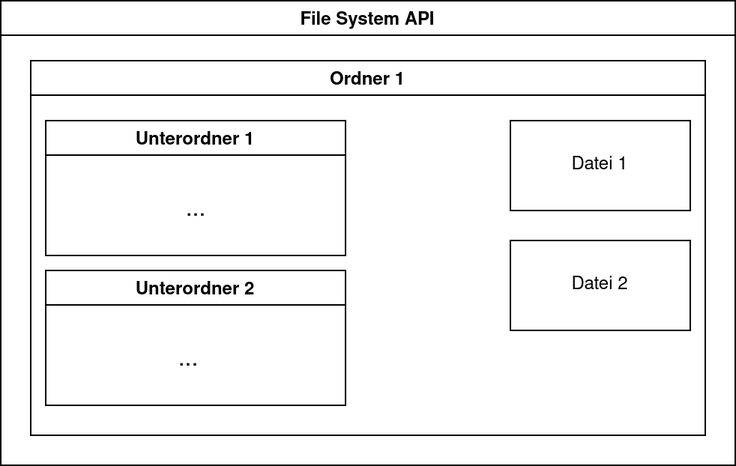
Earlier version of the draw.io export tex/bilder/architekturen/file-system-api.png (schalterDev/Bachelor-Thesis). Source tidied: cells renumbered, new cells last; positions are measured from the earlier drawing's top-left corner, leaving out a move shared by most shapes.
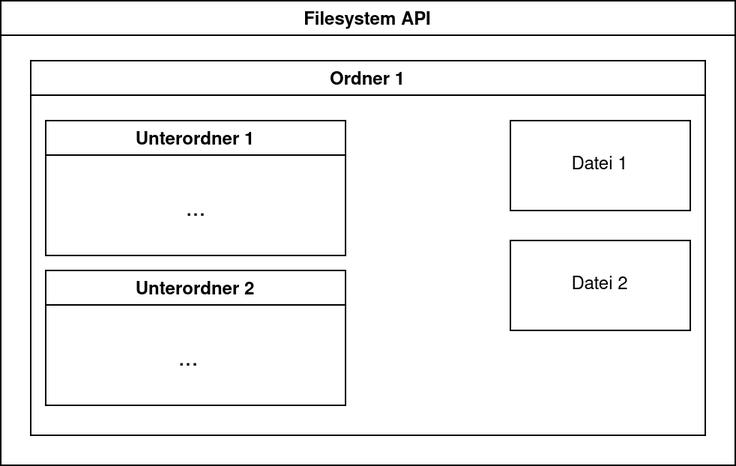
Later version of the same file.

What changed in the source:
```diff
@@ -2,7 +2,7 @@
   <root>
     <mxCell id="0" />
     <mxCell id="1" parent="0" />
-    <mxCell id="2" value="File System API" style="swimlane;" parent="1" vertex="1">
+    <mxCell id="2" value="Filesystem API" style="swimlane;" parent="1" vertex="1">
       <mxGeometry width="490" height="310" as="geometry" />
     </mxCell>
     <mxCell id="3" value="Ordner 1" style="swimlane;" parent="2" vertex="1">
```
